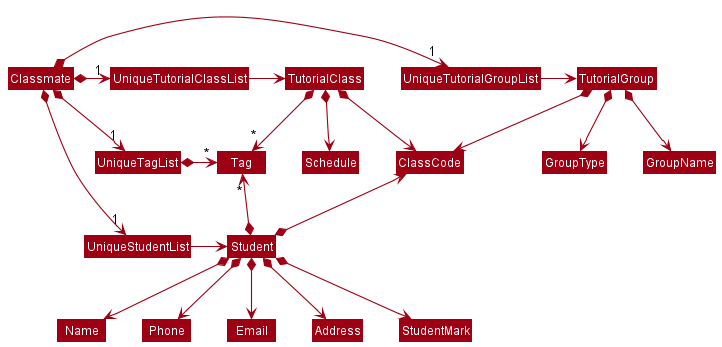
Above: docs/images/BetterModelClassDiagram.png in nus-cs2103-AY2122S1/tp (PlantUML), before the change.
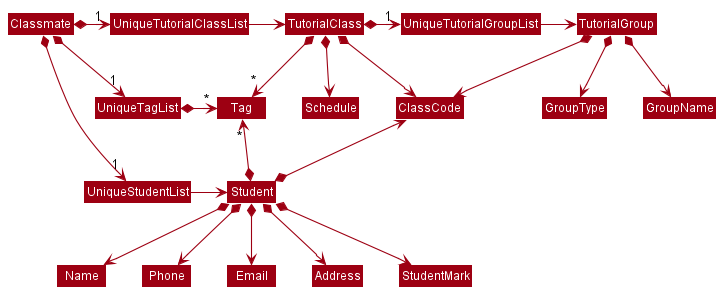
After the change.

What changed in the source:
```diff
@@ -4,7 +4,6 @@
 skinparam arrowColor MODEL_COLOR
 skinparam classBackgroundColor MODEL_COLOR
 
-Classmate *-right-> "1" UniqueTutorialGroupList
 Classmate *-right-> "1" UniqueTutorialClassList
 Classmate *-right-> "1" UniqueStudentList
 Classmate *-right-> "1" UniqueTagList
@@ -17,11 +16,13 @@
 UniqueStudentList -right-> Student
 UniqueTutorialGroupList -right-> TutorialGroup
 
+TutorialClass *-right-> "1" UniqueTutorialGroupList
 TutorialGroup *-down-> GroupName
 TutorialGroup *-down-> ClassCode
 TutorialGroup *-down-> GroupType
 TutorialClass *-down-> ClassCode
 TutorialClass *-down-> "*" Tag
+
 Student *-up-> ClassCode
 Student *-up-> "*" Tag
 Tag -[hidden]right- ClassCode
```
